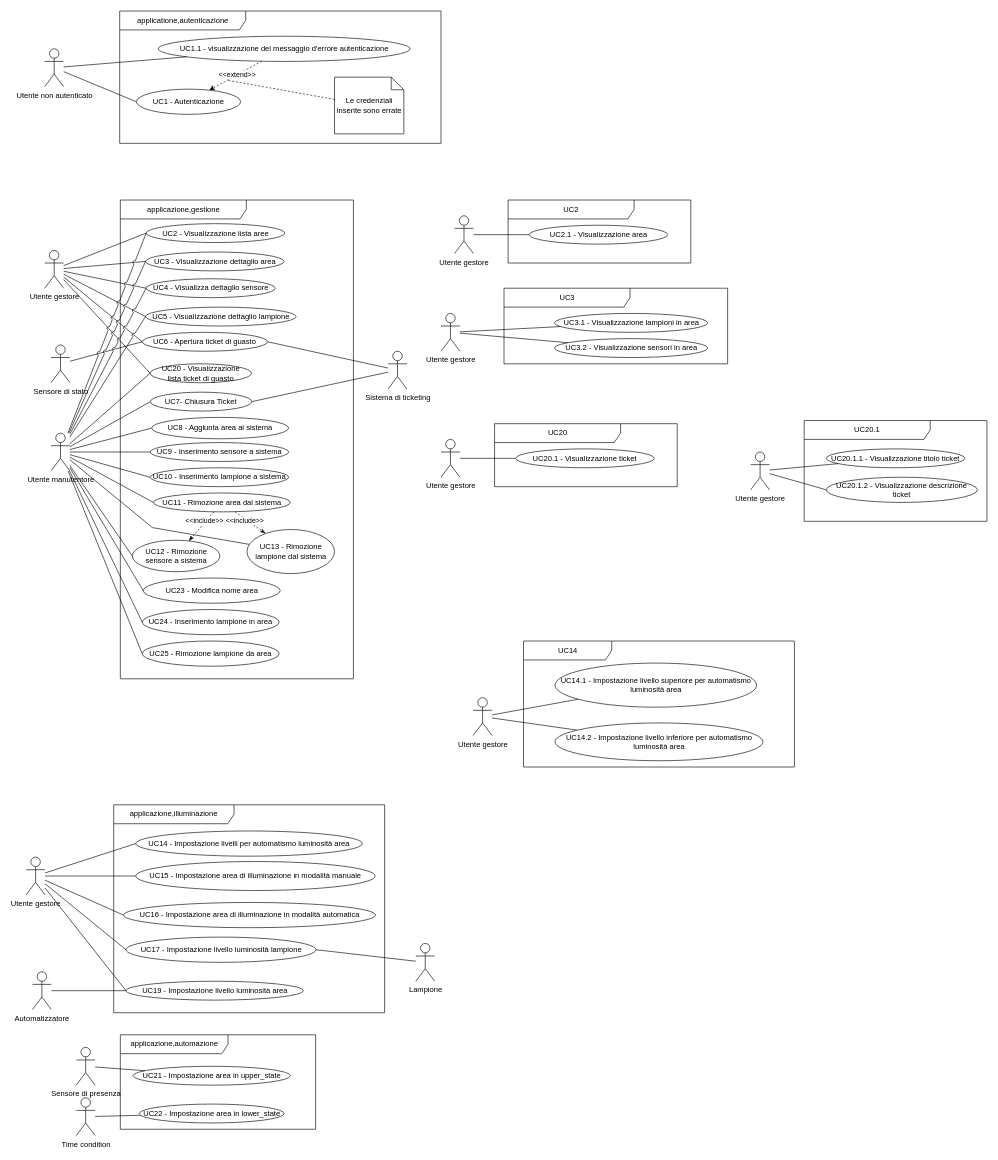
Before: page "OK" (1 of 8) of casi_uso_grafici.drawio in SWEasabi/analisi-dei-requisiti, a draw.io diagram. Source tidied: cells renumbered, new cells numbered last; positions are measured from the earlier drawing's top-left corner, leaving out a move shared by most shapes. Both pictures are drawn from the tidied source at 63%, with x=0, y=0 at pixel (26, 11).
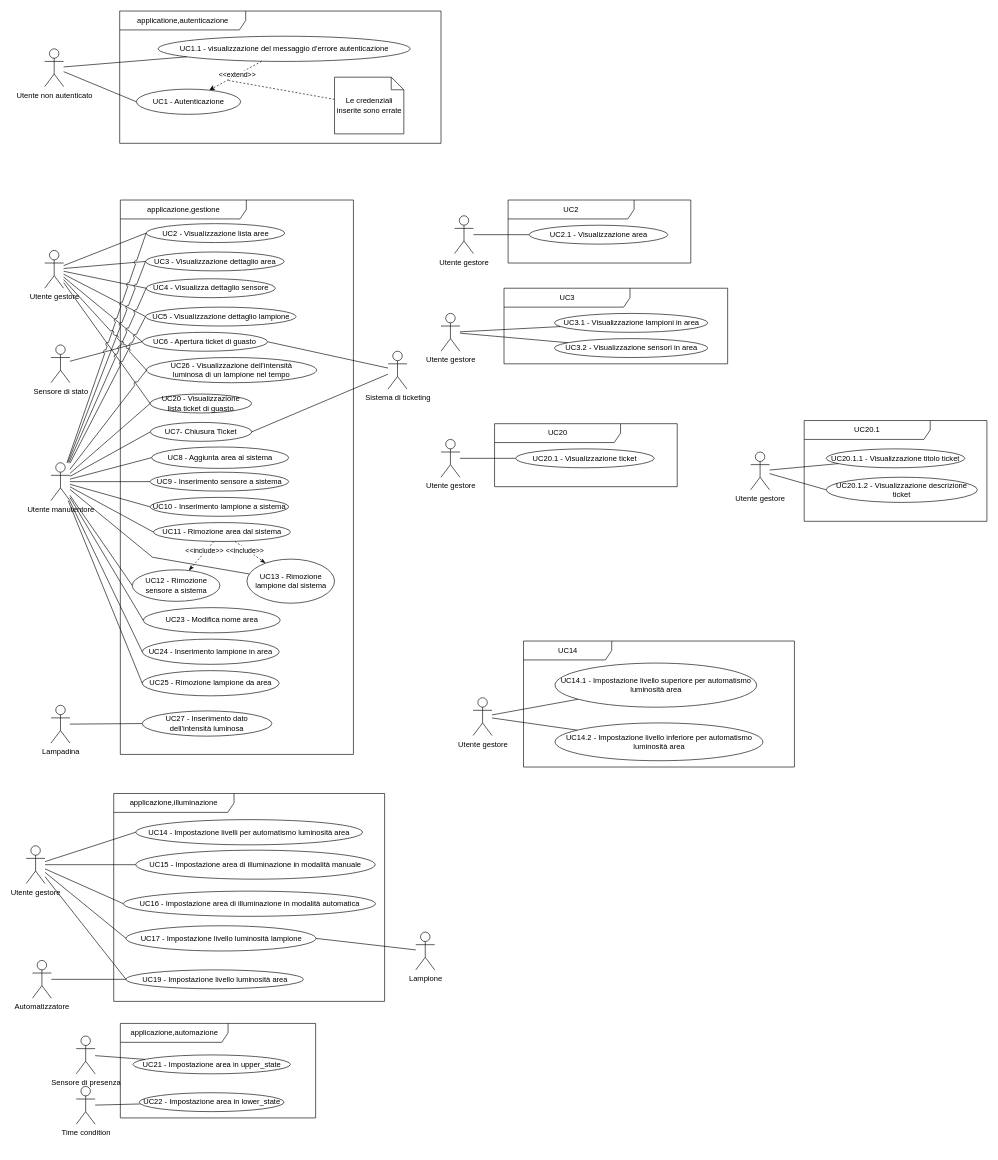
The same page after the edit.

Commit message:
Aggiunte uc26-27 per tracciamento intensità luminosa

The change refers to these unchanged cells:
```xml
<mxCell id="16" value="Utente gestore" style="shape=umlActor;verticalLabelPosition=bottom;verticalAlign=top;html=1;outlineConnect=0;gradientColor=none;" parent="1" vertex="1">
  <mxGeometry x="29.5" y="380" width="30" height="60" as="geometry" />
</mxCell>
```

The edit, as a diff of the source:
```diff
@@
     <mxCell id="2" value="applicazione,illuminazione" style="shape=umlFrame;whiteSpace=wrap;html=1;width=191;height=30;" parent="1" vertex="1">
-      <mxGeometry x="139" y="1260" width="430" height="330" as="geometry" />
+      <mxGeometry x="139" y="1242" width="430" height="330" as="geometry" />
     </mxCell>
     <mxCell id="3" value="applicazione,gestione" style="shape=umlFrame;whiteSpace=wrap;html=1;width=200;height=30;" parent="1" vertex="1">
-      <mxGeometry x="149.5" y="300" width="370" height="760" as="geometry" />
+      <mxGeometry x="149.5" y="300" width="370" height="880" as="geometry" />
     </mxCell>
@@
     <mxCell id="39" value="UC19 - Impostazione livello luminosità area" style="ellipse;whiteSpace=wrap;html=1;gradientColor=none;" parent="1" vertex="1">
-      <mxGeometry x="158.5" y="1540" width="281.5" height="30" as="geometry" />
+      <mxGeometry x="158.5" y="1522" width="281.5" height="30" as="geometry" />
     </mxCell>
@@
     <mxCell id="41" value="UC17 - Impostazione livello luminosità lampione" style="ellipse;whiteSpace=wrap;html=1;" parent="1" vertex="1">
-      <mxGeometry x="158.5" y="1470" width="301.5" height="40" as="geometry" />
+      <mxGeometry x="158.5" y="1452" width="301.5" height="40" as="geometry" />
     </mxCell>
     <mxCell id="42" value="Lampione" style="shape=umlActor;verticalLabelPosition=bottom;verticalAlign=top;html=1;outlineConnect=0;" parent="1" vertex="1">
-      <mxGeometry x="618.5" y="1480" width="30" height="60" as="geometry" />
+      <mxGeometry x="618.5" y="1462" width="30" height="60" as="geometry" />
     </mxCell>
@@
     <mxCell id="46" value="Automatizzatore" style="shape=umlActor;verticalLabelPosition=bottom;verticalAlign=top;html=1;outlineConnect=0;" parent="1" vertex="1">
-      <mxGeometry x="10" y="1525" width="30" height="60" as="geometry" />
+      <mxGeometry x="10" y="1507" width="30" height="60" as="geometry" />
     </mxCell>
@@
     <mxCell id="53" value="UC10 - Inserimento lampione a sistema" style="ellipse;whiteSpace=wrap;html=1;" parent="1" vertex="1">
-      <mxGeometry x="196.8" y="725" width="220" height="30" as="geometry" />
+      <mxGeometry x="196.8" y="772" width="220" height="30" as="geometry" />
     </mxCell>
@@
     <mxCell id="56" value="Utente manutentore" style="shape=umlActor;verticalLabelPosition=bottom;verticalAlign=top;html=1;outlineConnect=0;gradientColor=none;" parent="1" vertex="1">
-      <mxGeometry x="39.5" y="670" width="30" height="60" as="geometry" />
+      <mxGeometry x="39.5" y="717" width="30" height="60" as="geometry" />
     </mxCell>
     <mxCell id="57" value="UC7- Chiusura Ticket" style="ellipse;whiteSpace=wrap;html=1;" parent="1" vertex="1">
-      <mxGeometry x="197.2" y="605" width="161" height="30" as="geometry" />
+      <mxGeometry x="197.2" y="653" width="161" height="30" as="geometry" />
     </mxCell>
     <mxCell id="58" value="UC9 - Inserimento sensore a sistema" style="ellipse;whiteSpace=wrap;html=1;" parent="1" vertex="1">
-      <mxGeometry x="196.8" y="685" width="220" height="30" as="geometry" />
+      <mxGeometry x="196.8" y="732" width="220" height="30" as="geometry" />
     </mxCell>
     <mxCell id="59" style="edgeStyle=none;rounded=0;jumpStyle=none;jumpSize=15;jettySize=auto;html=1;endArrow=none;endFill=0;" parent="1" edge="1" source="60" target="56">
       <mxGeometry relative="1" as="geometry">
         <Array as="points">
-          <mxPoint x="200.5" y="820" />
+          <mxPoint x="200.5" y="867" />
         </Array>
       </mxGeometry>
     </mxCell>
     <mxCell id="60" value="UC13 - Rimozione lampione dal sistema" style="ellipse;whiteSpace=wrap;html=1;" parent="1" vertex="1">
-      <mxGeometry x="350.5" y="823" width="139" height="70" as="geometry" />
+      <mxGeometry x="350.5" y="870" width="139" height="70" as="geometry" />
     </mxCell>
     <mxCell id="61" value="UC8 - Aggiunta area al sistema" style="ellipse;whiteSpace=wrap;html=1;" parent="1" vertex="1">
-      <mxGeometry x="199.2" y="645" width="217.5" height="34" as="geometry" />
+      <mxGeometry x="199.2" y="692" width="217.5" height="34" as="geometry" />
     </mxCell>
@@
     <mxCell id="63" value="UC11 - Rimozione area dal sistema" style="ellipse;whiteSpace=wrap;html=1;" parent="1" vertex="1">
-      <mxGeometry x="202" y="765" width="217.5" height="30" as="geometry" />
+      <mxGeometry x="202" y="812" width="217.5" height="30" as="geometry" />
     </mxCell>
@@
     <mxCell id="69" value="UC12 - Rimozione sensore a sistema" style="ellipse;whiteSpace=wrap;html=1;" parent="1" vertex="1">
-      <mxGeometry x="168.5" y="840" width="139" height="50" as="geometry" />
+      <mxGeometry x="168.5" y="887" width="139" height="50" as="geometry" />
     </mxCell>
@@
     <mxCell id="74" value="Utente gestore" style="shape=umlActor;verticalLabelPosition=bottom;verticalAlign=top;html=1;outlineConnect=0;gradientColor=none;" parent="1" vertex="1">
-      <mxGeometry y="1343" width="30" height="60" as="geometry" />
+      <mxGeometry y="1325" width="30" height="60" as="geometry" />
     </mxCell>
     <mxCell id="75" value="UC16 - Impostazione area di illuminazione in modalità automatica" style="ellipse;whiteSpace=wrap;html=1;" parent="1" vertex="1">
-      <mxGeometry x="154.5" y="1415" width="400" height="40" as="geometry" />
+      <mxGeometry x="154.5" y="1397" width="400" height="40" as="geometry" />
     </mxCell>
     <mxCell id="76" value="UC15 - Impostazione area di illuminazione in modalità manuale" style="ellipse;whiteSpace=wrap;html=1;" parent="1" vertex="1">
-      <mxGeometry x="174" y="1350" width="380" height="46" as="geometry" />
+      <mxGeometry x="174" y="1332" width="380" height="46" as="geometry" />
     </mxCell>
     <mxCell id="77" value="UC14 - Impostazione livelli per automatismo luminosità area" style="ellipse;whiteSpace=wrap;html=1;" parent="1" vertex="1">
-      <mxGeometry x="174" y="1301.5" width="360" height="40" as="geometry" />
+      <mxGeometry x="174" y="1283.5" width="360" height="40" as="geometry" />
     </mxCell>
@@
     <mxCell id="79" value="applicazione,automazione" style="shape=umlFrame;whiteSpace=wrap;html=1;width=171;height=30;" parent="1" vertex="1">
-      <mxGeometry x="149.5" y="1625" width="310" height="150" as="geometry" />
+      <mxGeometry x="149.5" y="1607" width="310" height="150" as="geometry" />
     </mxCell>
@@
     <mxCell id="81" value="Time condition" style="shape=umlActor;verticalLabelPosition=bottom;verticalAlign=top;html=1;outlineConnect=0;gradientColor=none;" parent="1" vertex="1">
-      <mxGeometry x="79.5" y="1725" width="30" height="60" as="geometry" />
+      <mxGeometry x="79.5" y="1707" width="30" height="60" as="geometry" />
     </mxCell>
     <mxCell id="82" value="UC21 - Impostazione area in upper_state" style="ellipse;whiteSpace=wrap;html=1;gradientColor=none;" parent="1" vertex="1">
-      <mxGeometry x="169.5" y="1675" width="250" height="30" as="geometry" />
+      <mxGeometry x="169.5" y="1657" width="250" height="30" as="geometry" />
     </mxCell>
@@
     <mxCell id="84" value="Sensore di presenza" style="shape=umlActor;verticalLabelPosition=bottom;verticalAlign=top;html=1;outlineConnect=0;gradientColor=none;" parent="1" vertex="1">
-      <mxGeometry x="79.5" y="1645" width="30" height="60" as="geometry" />
+      <mxGeometry x="79.5" y="1627" width="30" height="60" as="geometry" />
     </mxCell>
     <mxCell id="85" value="UC22 - Impostazione area in lower_state" style="ellipse;whiteSpace=wrap;html=1;gradientColor=none;" parent="1" vertex="1">
-      <mxGeometry x="179.5" y="1735" width="230" height="30" as="geometry" />
+      <mxGeometry x="179.5" y="1717" width="230" height="30" as="geometry" />
     </mxCell>
@@
     <mxCell id="87" value="UC20 - Visualizzazione lista&amp;nbsp;ticket di guasto" style="ellipse;whiteSpace=wrap;html=1;" parent="1" vertex="1">
-      <mxGeometry x="196.8" y="560" width="161" height="30" as="geometry" />
+      <mxGeometry x="196.8" y="608" width="161" height="30" as="geometry" />
     </mxCell>
@@
     <mxCell id="90" value="UC23 - Modifica nome area" style="ellipse;whiteSpace=wrap;html=1;" parent="1" vertex="1">
-      <mxGeometry x="185.8" y="900" width="217.5" height="40" as="geometry" />
+      <mxGeometry x="185.8" y="947" width="217.5" height="40" as="geometry" />
     </mxCell>
@@
     <mxCell id="92" value="UC24 - Inserimento lampione in area" style="ellipse;whiteSpace=wrap;html=1;" parent="1" vertex="1">
-      <mxGeometry x="184.2" y="950" width="217.5" height="40" as="geometry" />
+      <mxGeometry x="184.2" y="997" width="217.5" height="40" as="geometry" />
     </mxCell>
     <mxCell id="93" value="UC25&amp;nbsp;- Rimozione lampione da area" style="ellipse;whiteSpace=wrap;html=1;" parent="1" vertex="1">
-      <mxGeometry x="184.2" y="1000" width="217.5" height="40" as="geometry" />
+      <mxGeometry x="184.2" y="1047" width="217.5" height="40" as="geometry" />
     </mxCell>
@@
+    <mxCell id="110" value="UC26 - Visualizzazione dell'intensità&lt;br&gt;luminosa di un lampione nel tempo" style="ellipse;whiteSpace=wrap;html=1;" parent="1" vertex="1">
+      <mxGeometry x="191" y="550" width="270" height="40" as="geometry" />
+    </mxCell>
+    <mxCell id="111" style="edgeStyle=none;html=1;entryX=0;entryY=0.5;entryDx=0;entryDy=0;endArrow=none;endFill=0;jumpStyle=arc;" parent="1" edge="1" source="16" target="110">
+      <mxGeometry relative="1" as="geometry" />
+    </mxCell>
+    <mxCell id="112" style="edgeStyle=none;html=1;entryX=0;entryY=0.5;entryDx=0;entryDy=0;endArrow=none;endFill=0;jumpStyle=arc;" parent="1" edge="1" source="56" target="110">
+      <mxGeometry relative="1" as="geometry" />
+    </mxCell>
+    <mxCell id="113" value="Lampadina" style="shape=umlActor;verticalLabelPosition=bottom;verticalAlign=top;html=1;outlineConnect=0;gradientColor=none;" parent="1" vertex="1">
+      <mxGeometry x="39.5" y="1102" width="30" height="60" as="geometry" />
+    </mxCell>
+    <mxCell id="114" value="UC27 - Inserimento dato &lt;br&gt;dell'intensità luminosa" style="ellipse;whiteSpace=wrap;html=1;" parent="1" vertex="1">
+      <mxGeometry x="184.2" y="1111" width="205.8" height="40" as="geometry" />
+    </mxCell>
+    <mxCell id="115" style="edgeStyle=none;html=1;endArrow=none;endFill=0;entryX=0;entryY=0.5;entryDx=0;entryDy=0;" parent="1" edge="1" source="113" target="114">
+      <mxGeometry relative="1" as="geometry" />
+    </mxCell>
```
